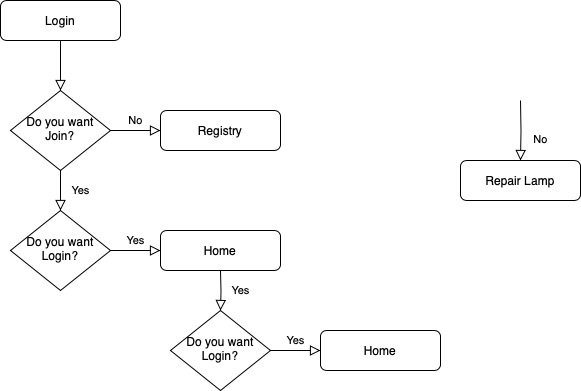
Above: design/To-Do App FlowChart.png in imaneya/clush-todo-backend (draw.io), before the change. Source tidied: cells renumbered, new cells last; positions are measured from the earlier drawing's top-left corner, leaving out a move shared by most shapes.
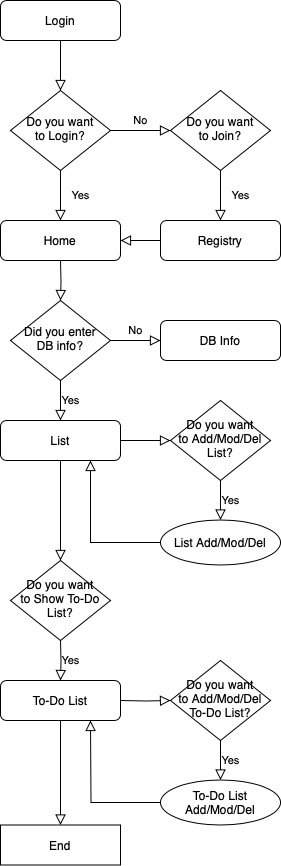
The same diagram one commit later.

Diff of the diagram source:
```diff
@@ -8,48 +8,105 @@
     <mxCell id="3" value="Login" style="rounded=1;whiteSpace=wrap;html=1;fontSize=12;glass=0;strokeWidth=1;shadow=0;fontColor=#000000;" parent="1" vertex="1">
       <mxGeometry width="120" height="40" as="geometry" />
     </mxCell>
-    <mxCell id="4" value="Yes" style="rounded=0;html=1;jettySize=auto;fontSize=11;endArrow=block;endFill=0;endSize=8;strokeWidth=1;shadow=0;labelBackgroundColor=none;edgeStyle=orthogonalEdgeStyle;fontColor=#000000;strokeColor=#000000;" parent="1" edge="1" source="6" target="10">
+    <mxCell id="4" value="Yes" style="rounded=0;html=1;jettySize=auto;fontSize=11;endArrow=block;endFill=0;endSize=8;strokeWidth=1;shadow=0;labelBackgroundColor=none;edgeStyle=orthogonalEdgeStyle;fontColor=#000000;strokeColor=#000000;entryX=0.5;entryY=0;entryDx=0;entryDy=0;" parent="1" edge="1" source="6" target="12">
       <mxGeometry y="20" relative="1" as="geometry" />
     </mxCell>
-    <mxCell id="5" value="No" style="edgeStyle=orthogonalEdgeStyle;rounded=0;html=1;jettySize=auto;fontSize=11;endArrow=block;endFill=0;endSize=8;strokeWidth=1;shadow=0;labelBackgroundColor=none;fontColor=#000000;strokeColor=#000000;" parent="1" edge="1" source="6" target="7">
+    <mxCell id="5" value="No" style="edgeStyle=orthogonalEdgeStyle;rounded=0;html=1;jettySize=auto;fontSize=11;endArrow=block;endFill=0;endSize=8;strokeWidth=1;shadow=0;labelBackgroundColor=none;fontColor=#000000;strokeColor=#000000;entryX=0;entryY=0.5;entryDx=0;entryDy=0;" parent="1" edge="1" source="6" target="10">
       <mxGeometry y="10" relative="1" as="geometry" />
     </mxCell>
-    <mxCell id="6" value="Do you want&lt;div&gt;Join?&lt;/div&gt;" style="rhombus;whiteSpace=wrap;html=1;shadow=0;fontFamily=Helvetica;fontSize=12;align=center;strokeWidth=1;spacing=6;spacingTop=-4;fontColor=#000000;" parent="1" vertex="1">
+    <mxCell id="6" value="Do you want&lt;div&gt;to Login?&lt;/div&gt;" style="rhombus;whiteSpace=wrap;html=1;shadow=0;fontFamily=Helvetica;fontSize=12;align=center;strokeWidth=1;spacing=6;spacingTop=-4;fontColor=#000000;" parent="1" vertex="1">
       <mxGeometry x="10" y="90" width="100" height="80" as="geometry" />
     </mxCell>
     <mxCell id="7" value="Registry" style="rounded=1;whiteSpace=wrap;html=1;fontSize=12;glass=0;strokeWidth=1;shadow=0;fontColor=#000000;" parent="1" vertex="1">
-      <mxGeometry x="160" y="110" width="120" height="40" as="geometry" />
+      <mxGeometry x="160" y="220" width="120" height="40" as="geometry" />
     </mxCell>
-    <mxCell id="8" value="No" style="rounded=0;html=1;jettySize=auto;fontSize=11;endArrow=block;endFill=0;endSize=8;strokeWidth=1;shadow=0;labelBackgroundColor=none;edgeStyle=orthogonalEdgeStyle;fontColor=#000000;strokeColor=#000000;" parent="1" edge="1" target="11">
-      <mxGeometry x="0.33" y="20" relative="1" as="geometry">
-        <mxPoint x="520" y="100" as="sourcePoint" />
-      </mxGeometry>
-    </mxCell>
-    <mxCell id="9" value="Yes" style="edgeStyle=orthogonalEdgeStyle;rounded=0;html=1;jettySize=auto;fontSize=11;endArrow=block;endFill=0;endSize=8;strokeWidth=1;shadow=0;labelBackgroundColor=none;fontColor=#000000;strokeColor=#000000;" parent="1" edge="1" source="10" target="12">
+    <mxCell id="9" value="Yes" style="edgeStyle=orthogonalEdgeStyle;rounded=0;html=1;jettySize=auto;fontSize=11;endArrow=block;endFill=0;endSize=8;strokeWidth=1;shadow=0;labelBackgroundColor=none;fontColor=#000000;strokeColor=#000000;exitX=0.5;exitY=1;exitDx=0;exitDy=0;entryX=0.5;entryY=0;entryDx=0;entryDy=0;" parent="1" edge="1" source="15" target="19">
       <mxGeometry y="10" relative="1" as="geometry" />
     </mxCell>
-    <mxCell id="10" value="Do you want&lt;div&gt;Login?&lt;/div&gt;" style="rhombus;whiteSpace=wrap;html=1;shadow=0;fontFamily=Helvetica;fontSize=12;align=center;strokeWidth=1;spacing=6;spacingTop=-4;fontColor=#000000;" parent="1" vertex="1">
-      <mxGeometry x="10" y="210" width="100" height="80" as="geometry" />
+    <mxCell id="10" value="Do you want&lt;div&gt;to Join?&lt;/div&gt;" style="rhombus;whiteSpace=wrap;html=1;shadow=0;fontFamily=Helvetica;fontSize=12;align=center;strokeWidth=1;spacing=6;spacingTop=-4;fontColor=#000000;" parent="1" vertex="1">
+      <mxGeometry x="170" y="90" width="100" height="80" as="geometry" />
     </mxCell>
-    <mxCell id="11" value="Repair Lamp" style="rounded=1;whiteSpace=wrap;html=1;fontSize=12;glass=0;strokeWidth=1;shadow=0;fontColor=#000000;" parent="1" vertex="1">
-      <mxGeometry x="460" y="160" width="120" height="40" as="geometry" />
-    </mxCell>
     <mxCell id="12" value="Home" style="rounded=1;whiteSpace=wrap;html=1;fontSize=12;glass=0;strokeWidth=1;shadow=0;fontColor=#000000;" parent="1" vertex="1">
-      <mxGeometry x="160" y="230" width="120" height="40" as="geometry" />
+      <mxGeometry y="220" width="120" height="40" as="geometry" />
     </mxCell>
-    <mxCell id="13" value="Yes" style="rounded=0;html=1;jettySize=auto;fontSize=11;endArrow=block;endFill=0;endSize=8;strokeWidth=1;shadow=0;labelBackgroundColor=none;edgeStyle=orthogonalEdgeStyle;fontColor=#000000;strokeColor=#000000;" parent="1" edge="1" target="15">
+    <mxCell id="13" style="rounded=0;html=1;jettySize=auto;fontSize=11;endArrow=block;endFill=0;endSize=8;strokeWidth=1;shadow=0;labelBackgroundColor=none;edgeStyle=orthogonalEdgeStyle;fontColor=#000000;strokeColor=#000000;" parent="1" edge="1" target="15">
       <mxGeometry y="20" relative="1" as="geometry">
-        <mxPoint x="220" y="270" as="sourcePoint" />
+        <mxPoint x="60" y="260" as="sourcePoint" />
       </mxGeometry>
     </mxCell>
-    <mxCell id="14" value="Yes" style="edgeStyle=orthogonalEdgeStyle;rounded=0;html=1;jettySize=auto;fontSize=11;endArrow=block;endFill=0;endSize=8;strokeWidth=1;shadow=0;labelBackgroundColor=none;fontColor=#000000;strokeColor=#000000;" parent="1" edge="1" source="15" target="16">
+    <mxCell id="14" value="No" style="edgeStyle=orthogonalEdgeStyle;rounded=0;html=1;jettySize=auto;fontSize=11;endArrow=block;endFill=0;endSize=8;strokeWidth=1;shadow=0;labelBackgroundColor=none;fontColor=#000000;strokeColor=#000000;exitX=1;exitY=0.5;exitDx=0;exitDy=0;" parent="1" edge="1" source="15" target="16">
       <mxGeometry y="10" relative="1" as="geometry" />
     </mxCell>
-    <mxCell id="15" value="Do you want&lt;div&gt;Login?&lt;/div&gt;" style="rhombus;whiteSpace=wrap;html=1;shadow=0;fontFamily=Helvetica;fontSize=12;align=center;strokeWidth=1;spacing=6;spacingTop=-4;fontColor=#000000;" parent="1" vertex="1">
-      <mxGeometry x="170" y="310" width="100" height="80" as="geometry" />
+    <mxCell id="15" value="Did you enter&lt;div&gt;DB info?&lt;/div&gt;" style="rhombus;whiteSpace=wrap;html=1;shadow=0;fontFamily=Helvetica;fontSize=12;align=center;strokeWidth=1;spacing=6;spacingTop=-4;fontColor=#000000;" parent="1" vertex="1">
+      <mxGeometry x="10" y="300" width="100" height="80" as="geometry" />
     </mxCell>
-    <mxCell id="16" value="Home" style="rounded=1;whiteSpace=wrap;html=1;fontSize=12;glass=0;strokeWidth=1;shadow=0;fontColor=#000000;" parent="1" vertex="1">
-      <mxGeometry x="320" y="330" width="120" height="40" as="geometry" />
+    <mxCell id="16" value="DB Info" style="rounded=1;whiteSpace=wrap;html=1;fontSize=12;glass=0;strokeWidth=1;shadow=0;fontColor=#000000;" parent="1" vertex="1">
+      <mxGeometry x="160" y="320" width="120" height="40" as="geometry" />
     </mxCell>
+    <mxCell id="17" value="Yes" style="rounded=0;html=1;jettySize=auto;fontSize=11;endArrow=block;endFill=0;endSize=8;strokeWidth=1;shadow=0;labelBackgroundColor=none;edgeStyle=orthogonalEdgeStyle;fontColor=#000000;strokeColor=#000000;exitX=0.5;exitY=1;exitDx=0;exitDy=0;entryX=0.5;entryY=0;entryDx=0;entryDy=0;" parent="1" edge="1" source="10" target="7">
+      <mxGeometry y="20" relative="1" as="geometry" />
+    </mxCell>
+    <mxCell id="18" style="rounded=0;html=1;jettySize=auto;fontSize=11;endArrow=block;endFill=0;endSize=8;strokeWidth=1;shadow=0;labelBackgroundColor=none;edgeStyle=orthogonalEdgeStyle;fontColor=#000000;strokeColor=#000000;exitX=0;exitY=0.5;exitDx=0;exitDy=0;" parent="1" edge="1" source="7">
+      <mxGeometry relative="1" as="geometry">
+        <mxPoint x="120" y="240" as="targetPoint" />
+      </mxGeometry>
+    </mxCell>
+    <mxCell id="19" value="List" style="rounded=1;whiteSpace=wrap;html=1;fontSize=12;glass=0;strokeWidth=1;shadow=0;fontColor=#000000;" parent="1" vertex="1">
+      <mxGeometry y="420" width="120" height="40" as="geometry" />
+    </mxCell>
+    <mxCell id="20" value="Do you want&lt;div&gt;to Add/Mod/Del List?&lt;/div&gt;" style="rhombus;whiteSpace=wrap;html=1;shadow=0;fontFamily=Helvetica;fontSize=12;align=center;strokeWidth=1;spacing=6;spacingTop=-4;fontColor=#000000;" parent="1" vertex="1">
+      <mxGeometry x="170" y="400" width="100" height="80" as="geometry" />
+    </mxCell>
+    <mxCell id="21" style="edgeStyle=orthogonalEdgeStyle;rounded=0;html=1;jettySize=auto;fontSize=11;endArrow=block;endFill=0;endSize=8;strokeWidth=1;shadow=0;labelBackgroundColor=none;fontColor=#000000;strokeColor=#000000;exitX=1;exitY=0.5;exitDx=0;exitDy=0;entryX=0;entryY=0.5;entryDx=0;entryDy=0;" parent="1" edge="1" source="19" target="20">
+      <mxGeometry y="10" relative="1" as="geometry" />
+    </mxCell>
+    <mxCell id="22" value="List Add/Mod/Del" style="ellipse;whiteSpace=wrap;html=1;" parent="1" vertex="1">
+      <mxGeometry x="160" y="519.5" width="120" height="45" as="geometry" />
+    </mxCell>
+    <mxCell id="23" value="Yes" style="edgeStyle=orthogonalEdgeStyle;rounded=0;html=1;jettySize=auto;fontSize=11;endArrow=block;endFill=0;endSize=8;strokeWidth=1;shadow=0;labelBackgroundColor=none;fontColor=#000000;strokeColor=#000000;entryX=0.5;entryY=0;entryDx=0;entryDy=0;exitX=0.5;exitY=1;exitDx=0;exitDy=0;" parent="1" edge="1" source="20" target="22">
+      <mxGeometry y="10" relative="1" as="geometry" />
+    </mxCell>
+    <mxCell id="24" style="rounded=0;html=1;jettySize=auto;fontSize=11;endArrow=block;endFill=0;endSize=8;strokeWidth=1;shadow=0;labelBackgroundColor=none;edgeStyle=orthogonalEdgeStyle;fontColor=#000000;strokeColor=#000000;exitX=0;exitY=0.5;exitDx=0;exitDy=0;entryX=0.75;entryY=1;entryDx=0;entryDy=0;" parent="1" edge="1" source="22" target="19">
+      <mxGeometry relative="1" as="geometry" />
+    </mxCell>
+    <mxCell id="25" value="Do you want&lt;div&gt;to Show To-Do List?&lt;/div&gt;" style="rhombus;whiteSpace=wrap;html=1;shadow=0;fontFamily=Helvetica;fontSize=12;align=center;strokeWidth=1;spacing=6;spacingTop=-4;fontColor=#000000;" parent="1" vertex="1">
+      <mxGeometry x="10" y="560" width="100" height="80" as="geometry" />
+    </mxCell>
+    <mxCell id="26" style="edgeStyle=orthogonalEdgeStyle;rounded=0;html=1;jettySize=auto;fontSize=11;endArrow=block;endFill=0;endSize=8;strokeWidth=1;shadow=0;labelBackgroundColor=none;fontColor=#000000;strokeColor=#000000;exitX=0.5;exitY=1;exitDx=0;exitDy=0;" parent="1" edge="1" source="19" target="25">
+      <mxGeometry y="10" relative="1" as="geometry" />
+    </mxCell>
+    <mxCell id="27" value="To-Do List" style="rounded=1;whiteSpace=wrap;html=1;fontSize=12;glass=0;strokeWidth=1;shadow=0;fontColor=#000000;" parent="1" vertex="1">
+      <mxGeometry y="680" width="120" height="40" as="geometry" />
+    </mxCell>
+    <mxCell id="28" value="Yes" style="edgeStyle=orthogonalEdgeStyle;rounded=0;html=1;jettySize=auto;fontSize=11;endArrow=block;endFill=0;endSize=8;strokeWidth=1;shadow=0;labelBackgroundColor=none;fontColor=#000000;strokeColor=#000000;entryX=0.5;entryY=0;entryDx=0;entryDy=0;" parent="1" edge="1" target="27">
+      <mxGeometry y="10" relative="1" as="geometry">
+        <mxPoint x="60" y="640" as="sourcePoint" />
+      </mxGeometry>
+    </mxCell>
+    <mxCell id="29" value="Do you want&lt;div&gt;to Add/Mod/Del To-Do List?&lt;/div&gt;" style="rhombus;whiteSpace=wrap;html=1;shadow=0;fontFamily=Helvetica;fontSize=12;align=center;strokeWidth=1;spacing=6;spacingTop=-4;fontColor=#000000;" parent="1" vertex="1">
+      <mxGeometry x="170" y="660" width="100" height="80" as="geometry" />
+    </mxCell>
+    <mxCell id="30" style="edgeStyle=orthogonalEdgeStyle;rounded=0;html=1;jettySize=auto;fontSize=11;endArrow=block;endFill=0;endSize=8;strokeWidth=1;shadow=0;labelBackgroundColor=none;fontColor=#000000;strokeColor=#000000;entryX=0;entryY=0.5;entryDx=0;entryDy=0;" parent="1" edge="1" target="29">
+      <mxGeometry y="10" relative="1" as="geometry">
+        <mxPoint x="120" y="700" as="sourcePoint" />
+      </mxGeometry>
+    </mxCell>
+    <mxCell id="31" value="To-Do List Add/Mod/Del" style="ellipse;whiteSpace=wrap;html=1;" parent="1" vertex="1">
+      <mxGeometry x="160" y="779.5" width="120" height="45" as="geometry" />
+    </mxCell>
+    <mxCell id="32" value="Yes" style="edgeStyle=orthogonalEdgeStyle;rounded=0;html=1;jettySize=auto;fontSize=11;endArrow=block;endFill=0;endSize=8;strokeWidth=1;shadow=0;labelBackgroundColor=none;fontColor=#000000;strokeColor=#000000;entryX=0.5;entryY=0;entryDx=0;entryDy=0;exitX=0.5;exitY=1;exitDx=0;exitDy=0;" parent="1" edge="1" source="29" target="31">
+      <mxGeometry y="10" relative="1" as="geometry" />
+    </mxCell>
+    <mxCell id="33" style="rounded=0;html=1;jettySize=auto;fontSize=11;endArrow=block;endFill=0;endSize=8;strokeWidth=1;shadow=0;labelBackgroundColor=none;edgeStyle=orthogonalEdgeStyle;fontColor=#000000;strokeColor=#000000;exitX=0;exitY=0.5;exitDx=0;exitDy=0;" parent="1" edge="1" source="31">
+      <mxGeometry relative="1" as="geometry">
+        <mxPoint x="90" y="720" as="targetPoint" />
+      </mxGeometry>
+    </mxCell>
+    <mxCell id="34" value="End" style="rounded=0;whiteSpace=wrap;html=1;" parent="1" vertex="1">
+      <mxGeometry y="824.5" width="120" height="40" as="geometry" />
+    </mxCell>
+    <mxCell id="35" style="edgeStyle=orthogonalEdgeStyle;rounded=0;html=1;jettySize=auto;fontSize=11;endArrow=block;endFill=0;endSize=8;strokeWidth=1;shadow=0;labelBackgroundColor=none;fontColor=#000000;strokeColor=#000000;exitX=0.5;exitY=1;exitDx=0;exitDy=0;entryX=0.5;entryY=0;entryDx=0;entryDy=0;" parent="1" edge="1" source="27" target="34">
+      <mxGeometry y="10" relative="1" as="geometry" />
+    </mxCell>
   </root>
 </mxGraphModel>
```
